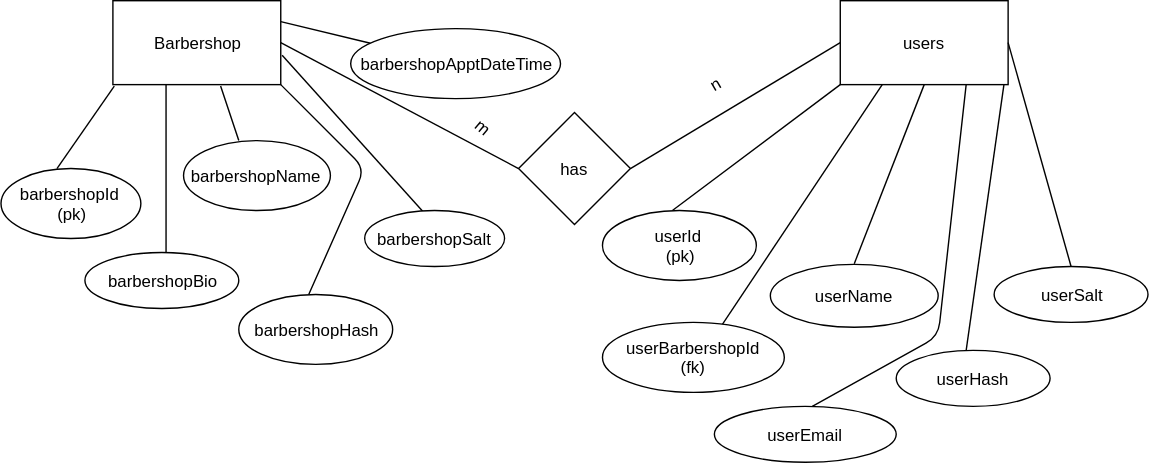
djackreuter/barbershop keeps this draw.io diagram as epic/barbershop-erd.svg. Above is the earlier version. Source tidied: cells renumbered, new cells last; positions are measured from the earlier drawing's top-left corner, leaving out a move shared by most shapes.
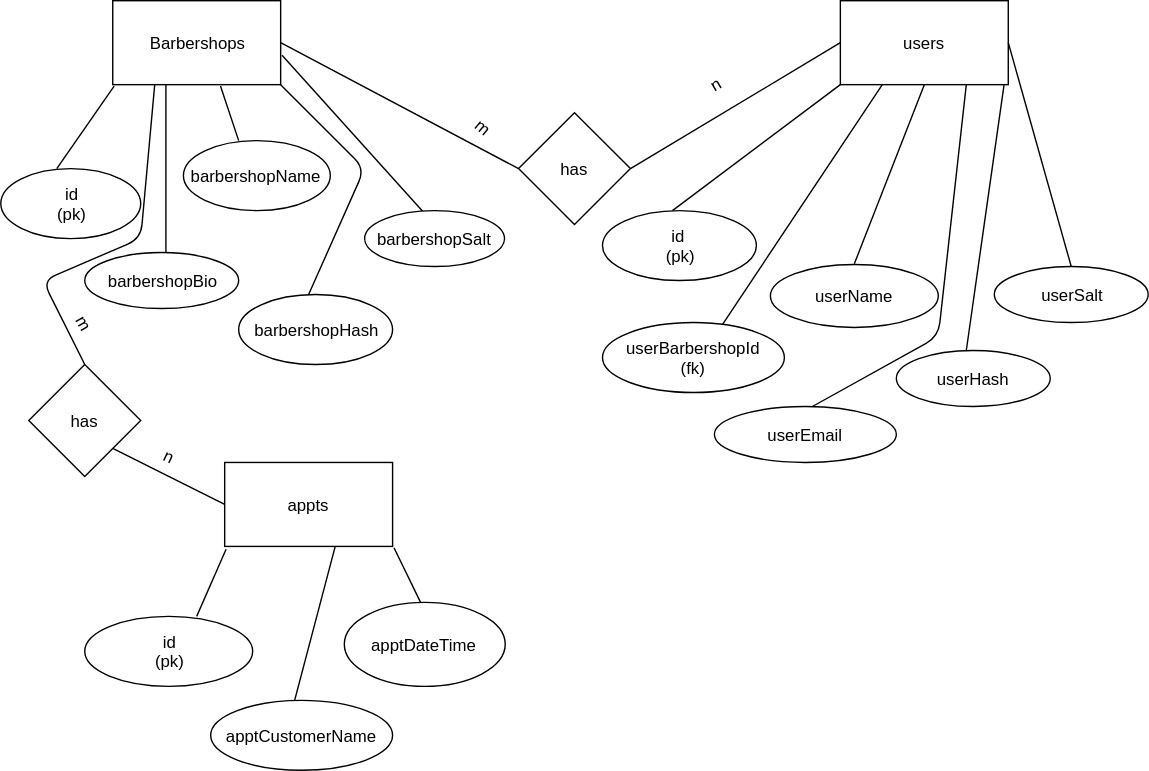
The same diagram one commit later.

Diff of the diagram source:
```diff
@@ -1,8 +1,8 @@
-<mxGraphModel background="#ffffff">
+<mxGraphModel>
   <root>
     <mxCell id="0" />
     <mxCell id="1" parent="0" />
-    <mxCell id="2" value="Barbershop" style="rounded=0;whiteSpace=wrap;html=1;" parent="1" vertex="1">
+    <mxCell id="2" value="Barbershops" style="rounded=0;whiteSpace=wrap;html=1;" parent="1" vertex="1">
       <mxGeometry x="80" width="120" height="60" as="geometry" />
     </mxCell>
     <mxCell id="3" style="endArrow=none;html=1;entryX=0.008;entryY=1.017;entryPerimeter=0;" parent="1" edge="1" target="2">
@@ -10,7 +10,7 @@
         <mxPoint x="40" y="120" as="sourcePoint" />
       </mxGeometry>
     </mxCell>
-    <mxCell id="4" value="barbershopId&amp;nbsp;&lt;div&gt;(pk)&lt;/div&gt;" style="ellipse;whiteSpace=wrap;html=1;" parent="1" vertex="1">
+    <mxCell id="4" value="id&lt;div&gt;(pk)&lt;/div&gt;" style="ellipse;whiteSpace=wrap;html=1;" parent="1" vertex="1">
       <mxGeometry y="120" width="100" height="50" as="geometry" />
     </mxCell>
     <mxCell id="5" style="endArrow=none;html=1;entryX=0.317;entryY=1;entryPerimeter=0;" parent="1" edge="1" target="2">
@@ -48,12 +48,6 @@
     <mxCell id="12" value="barbershopSalt" style="ellipse;whiteSpace=wrap;html=1;" parent="1" vertex="1">
       <mxGeometry x="260" y="150" width="100" height="40" as="geometry" />
     </mxCell>
-    <mxCell id="13" style="endArrow=none;html=1;entryX=1;entryY=0.25;" parent="1" edge="1" source="14" target="2">
-      <mxGeometry relative="1" as="geometry" />
-    </mxCell>
-    <mxCell id="14" value="barbershopApptDateTime" style="ellipse;whiteSpace=wrap;html=1;" parent="1" vertex="1">
-      <mxGeometry x="250" y="20" width="150" height="50" as="geometry" />
-    </mxCell>
     <mxCell id="15" style="endArrow=none;html=1;entryX=1;entryY=0.5;" parent="1" edge="1" target="2">
       <mxGeometry relative="1" as="geometry">
         <mxPoint x="370" y="120" as="sourcePoint" />
@@ -79,7 +73,7 @@
         <mxPoint x="480" y="150" as="sourcePoint" />
       </mxGeometry>
     </mxCell>
-    <mxCell id="22" value="userId&amp;nbsp;&lt;div&gt;(pk)&lt;/div&gt;" style="ellipse;whiteSpace=wrap;html=1;" parent="1" vertex="1">
+    <mxCell id="22" value="id&amp;nbsp;&lt;div&gt;(pk)&lt;/div&gt;" style="ellipse;whiteSpace=wrap;html=1;" parent="1" vertex="1">
       <mxGeometry x="430" y="150" width="110" height="50" as="geometry" />
     </mxCell>
     <mxCell id="23" style="endArrow=none;html=1;entryX=0.25;entryY=1;" parent="1" edge="1" target="18">
@@ -121,5 +115,55 @@
     <mxCell id="32" value="userSalt" style="ellipse;whiteSpace=wrap;html=1;" parent="1" vertex="1">
       <mxGeometry x="710" y="190" width="110" height="40" as="geometry" />
     </mxCell>
+    <mxCell id="33" style="endArrow=none;html=1;entryX=0.25;entryY=1;exitX=0.5;exitY=0;" parent="1" edge="1" source="34" target="2">
+      <mxGeometry relative="1" as="geometry">
+        <Array as="points">
+          <mxPoint x="30" y="200" />
+          <mxPoint x="100" y="170" />
+        </Array>
+      </mxGeometry>
+    </mxCell>
+    <mxCell id="34" value="has" style="rhombus;whiteSpace=wrap;html=1;" parent="1" vertex="1">
+      <mxGeometry x="20" y="260" width="80" height="80" as="geometry" />
+    </mxCell>
+    <mxCell id="35" style="endArrow=none;html=1;entryX=1;entryY=1;" parent="1" edge="1" target="34">
+      <mxGeometry relative="1" as="geometry">
+        <mxPoint x="160" y="360" as="sourcePoint" />
+      </mxGeometry>
+    </mxCell>
+    <mxCell id="36" value="appts" style="rounded=0;whiteSpace=wrap;html=1;" parent="1" vertex="1">
+      <mxGeometry x="160" y="330" width="120" height="60" as="geometry" />
+    </mxCell>
+    <mxCell id="37" value="m" style="text;html=1;strokeColor=none;fillColor=none;align=center;verticalAlign=middle;whiteSpace=wrap;rotation=60;" parent="1" vertex="1">
+      <mxGeometry x="40" y="220" width="40" height="20" as="geometry" />
+    </mxCell>
+    <mxCell id="38" value="n" style="text;html=1;strokeColor=none;fillColor=none;align=center;verticalAlign=middle;whiteSpace=wrap;rotation=25;" parent="1" vertex="1">
+      <mxGeometry x="100" y="310" width="40" height="30" as="geometry" />
+    </mxCell>
+    <mxCell id="39" style="endArrow=none;html=1;entryX=0.008;entryY=1.033;entryPerimeter=0;" parent="1" edge="1" target="36">
+      <mxGeometry relative="1" as="geometry">
+        <mxPoint x="140" y="440" as="sourcePoint" />
+      </mxGeometry>
+    </mxCell>
+    <mxCell id="40" value="id&lt;div&gt;(pk)&lt;/div&gt;" style="ellipse;whiteSpace=wrap;html=1;" parent="1" vertex="1">
+      <mxGeometry x="60" y="440" width="120" height="50" as="geometry" />
+    </mxCell>
+    <mxCell id="41" style="endArrow=none;html=1;" parent="1" edge="1">
+      <mxGeometry relative="1" as="geometry">
+        <mxPoint x="210" y="500" as="sourcePoint" />
+        <mxPoint x="239" y="390" as="targetPoint" />
+      </mxGeometry>
+    </mxCell>
+    <mxCell id="42" value="apptCustomerName" style="ellipse;whiteSpace=wrap;html=1;" parent="1" vertex="1">
+      <mxGeometry x="150" y="500" width="130" height="50" as="geometry" />
+    </mxCell>
+    <mxCell id="43" style="endArrow=none;html=1;entryX=1.008;entryY=1.017;entryPerimeter=0;" parent="1" edge="1" target="36">
+      <mxGeometry relative="1" as="geometry">
+        <mxPoint x="300" y="430" as="sourcePoint" />
+      </mxGeometry>
+    </mxCell>
+    <mxCell id="44" value="apptDateTime" style="ellipse;whiteSpace=wrap;html=1;" parent="1" vertex="1">
+      <mxGeometry x="245" y="430" width="115" height="60" as="geometry" />
+    </mxCell>
   </root>
 </mxGraphModel>
```
